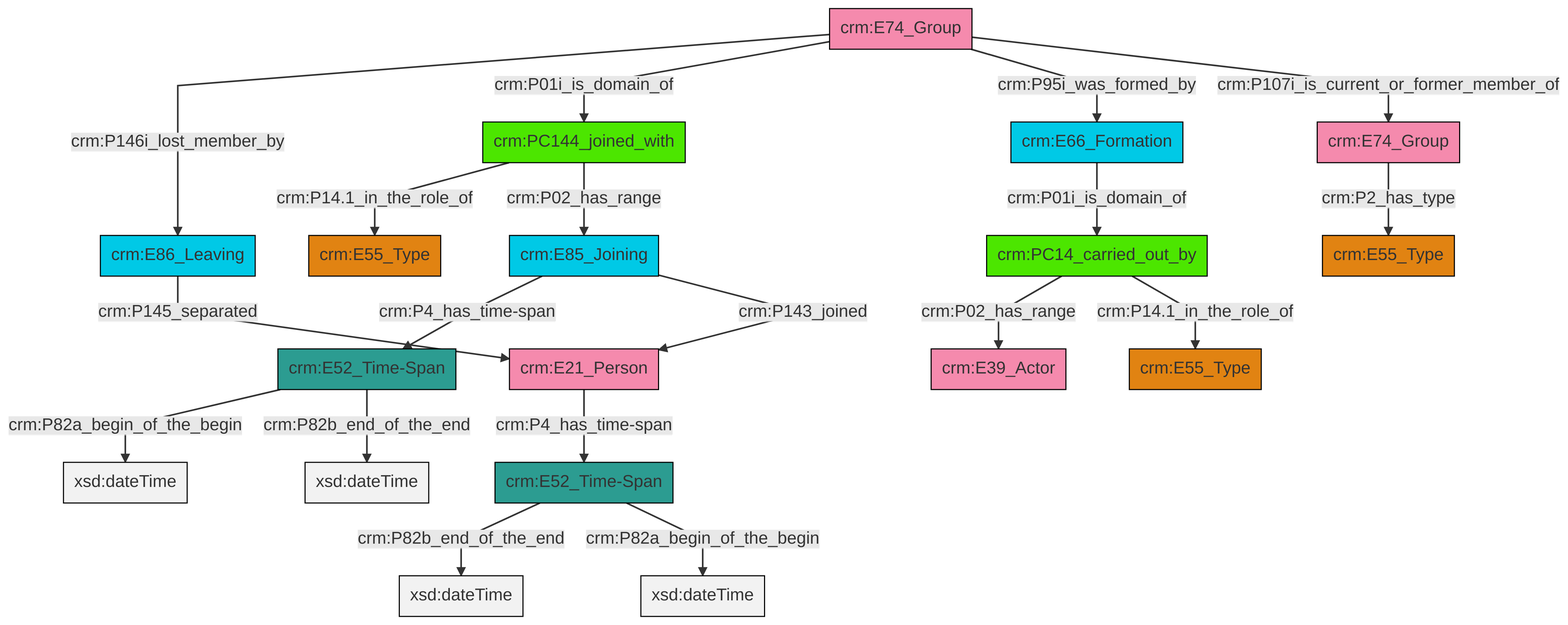
The Mermaid diagram et/groupCSV/ttl/mmd/png/group_actor_relations.png in swiss-art-research-net/docs.swissartresearch, before a commit. Its source is kept beside it as et/groupCSV/ttl/mmd/group_actor_relations.ttl.mmd.
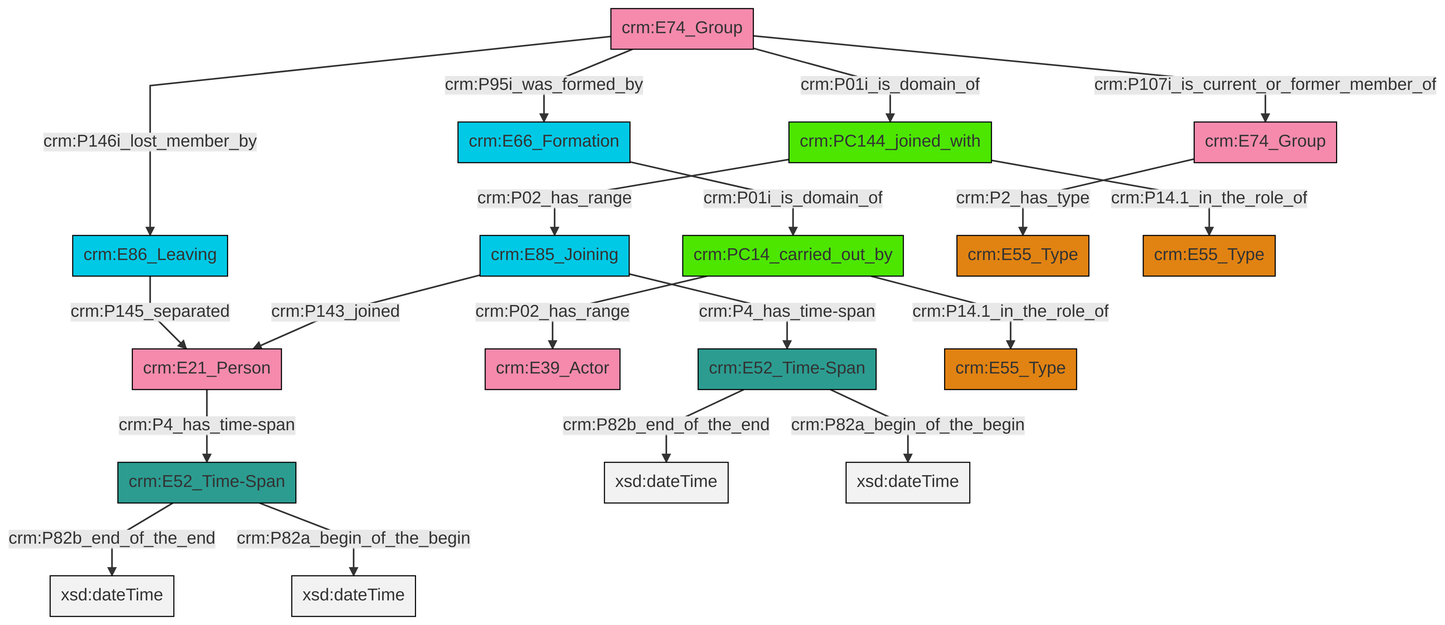
The same file after the commit.

Diff of the diagram source:
```diff
@@ -13,21 +13,21 @@
 classDef PC_Classes fill:#4ce600, stroke:#000000;
 classDef Multi fill:#cccccc,stroke:#000000;
 
-0["crm:E85_Joining"]:::Temporal_Entity -->|crm:P4_has_time-span| 1["crm:E52_Time-Span"]:::Time-Span
-6["crm:PC144_joined_with"]:::PC_Classes -->|crm:P14.1_in_the_role_of| 7["crm:E55_Type"]:::Type
-8["crm:PC14_carried_out_by"]:::PC_Classes -->|crm:P02_has_range| 9["crm:E39_Actor"]:::Actor
-8["crm:PC14_carried_out_by"]:::PC_Classes -->|crm:P14.1_in_the_role_of| 10["crm:E55_Type"]:::Type
-2["crm:E52_Time-Span"]:::Time-Span -->|crm:P82b_end_of_the_end| 12[xsd:dateTime]:::Literal
-16["crm:E74_Group"]:::Actor -->|crm:P146i_lost_member_by| 17["crm:E86_Leaving"]:::Temporal_Entity
-16["crm:E74_Group"]:::Actor -->|crm:P01i_is_domain_of| 6["crm:PC144_joined_with"]:::PC_Classes
-19["crm:E21_Person"]:::Actor -->|crm:P4_has_time-span| 2["crm:E52_Time-Span"]:::Time-Span
-17["crm:E86_Leaving"]:::Temporal_Entity -->|crm:P145_separated| 19["crm:E21_Person"]:::Actor
-0["crm:E85_Joining"]:::Temporal_Entity -->|crm:P143_joined| 19["crm:E21_Person"]:::Actor
-16["crm:E74_Group"]:::Actor -->|crm:P95i_was_formed_by| 13["crm:E66_Formation"]:::Temporal_Entity
-2["crm:E52_Time-Span"]:::Time-Span -->|crm:P82a_begin_of_the_begin| 25[xsd:dateTime]:::Literal
-22["crm:E74_Group"]:::Actor -->|crm:P2_has_type| 4["crm:E55_Type"]:::Type
-16["crm:E74_Group"]:::Actor -->|crm:P107i_is_current_or_former_member_of| 22["crm:E74_Group"]:::Actor
-1["crm:E52_Time-Span"]:::Time-Span -->|crm:P82a_begin_of_the_begin| 29[xsd:dateTime]:::Literal
-1["crm:E52_Time-Span"]:::Time-Span -->|crm:P82b_end_of_the_end| 30[xsd:dateTime]:::Literal
-13["crm:E66_Formation"]:::Temporal_Entity -->|crm:P01i_is_domain_of| 8["crm:PC14_carried_out_by"]:::PC_Classes
-6["crm:PC144_joined_with"]:::PC_Classes -->|crm:P02_has_range| 0["crm:E85_Joining"]:::Temporal_Entity
+0["crm:E86_Leaving"]:::Temporal_Entity -->|crm:P145_separated| 2["crm:E21_Person"]:::Actor
+3["crm:PC144_joined_with"]:::PC_Classes -->|crm:P02_has_range| 4["crm:E85_Joining"]:::Temporal_Entity
+5["crm:E74_Group"]:::Actor -->|crm:P146i_lost_member_by| 0["crm:E86_Leaving"]:::Temporal_Entity
+6["crm:PC14_carried_out_by"]:::PC_Classes -->|crm:P02_has_range| 7["crm:E39_Actor"]:::Actor
+9["crm:E52_Time-Span"]:::Time-Span -->|crm:P82b_end_of_the_end| 10[xsd:dateTime]:::Literal
+4["crm:E85_Joining"]:::Temporal_Entity -->|crm:P4_has_time-span| 11["crm:E52_Time-Span"]:::Time-Span
+4["crm:E85_Joining"]:::Temporal_Entity -->|crm:P143_joined| 2["crm:E21_Person"]:::Actor
+6["crm:PC14_carried_out_by"]:::PC_Classes -->|crm:P14.1_in_the_role_of| 12["crm:E55_Type"]:::Type
+2["crm:E21_Person"]:::Actor -->|crm:P4_has_time-span| 9["crm:E52_Time-Span"]:::Time-Span
+11["crm:E52_Time-Span"]:::Time-Span -->|crm:P82b_end_of_the_end| 13[xsd:dateTime]:::Literal
+5["crm:E74_Group"]:::Actor -->|crm:P95i_was_formed_by| 16["crm:E66_Formation"]:::Temporal_Entity
+5["crm:E74_Group"]:::Actor -->|crm:P01i_is_domain_of| 3["crm:PC144_joined_with"]:::PC_Classes
+16["crm:E66_Formation"]:::Temporal_Entity -->|crm:P01i_is_domain_of| 6["crm:PC14_carried_out_by"]:::PC_Classes
+3["crm:PC144_joined_with"]:::PC_Classes -->|crm:P14.1_in_the_role_of| 19["crm:E55_Type"]:::Type
+9["crm:E52_Time-Span"]:::Time-Span -->|crm:P82a_begin_of_the_begin| 21[xsd:dateTime]:::Literal
+11["crm:E52_Time-Span"]:::Time-Span -->|crm:P82a_begin_of_the_begin| 22[xsd:dateTime]:::Literal
+5["crm:E74_Group"]:::Actor -->|crm:P107i_is_current_or_former_member_of| 26["crm:E74_Group"]:::Actor
+26["crm:E74_Group"]:::Actor -->|crm:P2_has_type| 14["crm:E55_Type"]:::Type
```
